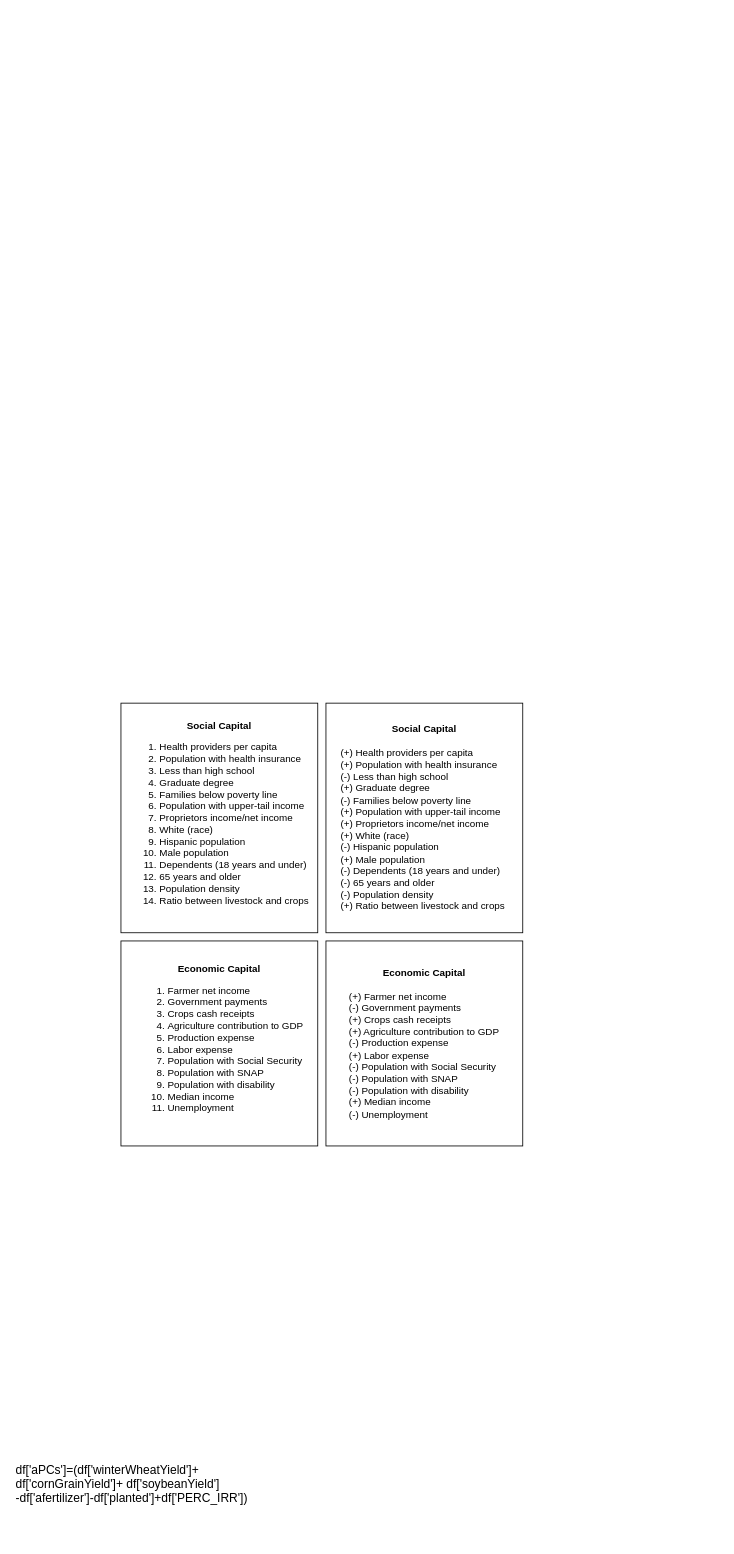
dealchre/gradDrawio keeps this draw.io diagram as FrameWork2023.drawio. Above is the earlier version. Source tidied: cells renumbered, new cells numbered last; positions are measured from the earlier drawing's top-left corner, leaving out a move shared by most shapes. Both pictures are drawn from the tidied source at 82%, with x=0, y=0 at pixel (14, 703).
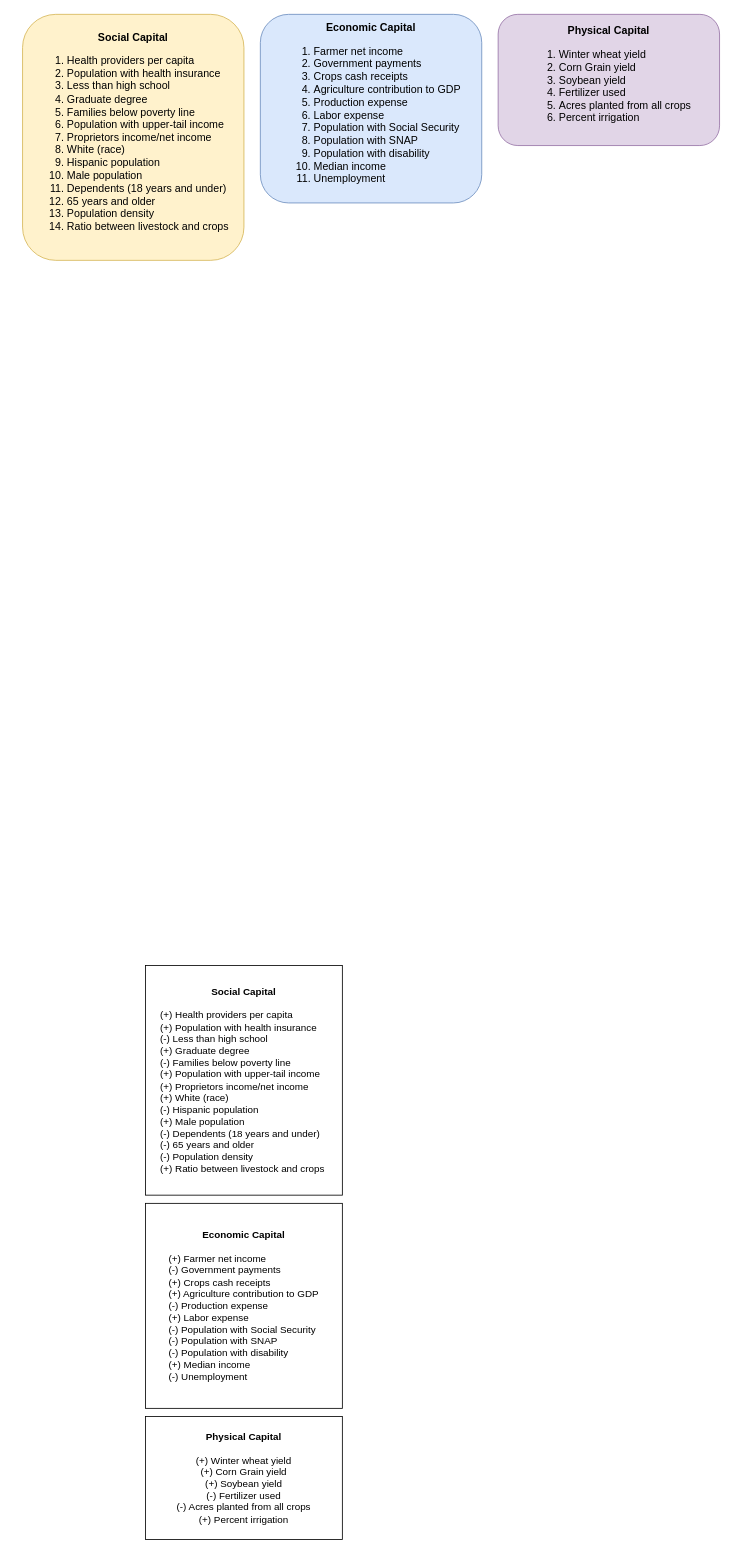
The same diagram, later.

What changed in the source:
```diff
@@
 <mxGraphModel>
   <root>
     <mxCell id="0" />
     <mxCell id="1" parent="0" />
-    <mxCell id="2" value="&lt;p style=&quot;margin:0in;font-family:Calibri;font-size:11.0pt&quot;&gt;&lt;/p&gt;&lt;p style=&quot;margin:0in;font-family:Calibri;font-size:11.0pt&quot;&gt;&lt;span style=&quot;font-size: 11pt; background-color: initial;&quot;&gt;df['aPCs']=(df['winterWheatYield']+&lt;/span&gt;&lt;br&gt;&lt;/p&gt;&lt;p style=&quot;margin:0in;font-family:Calibri;font-size:11.0pt&quot;&gt;df['cornGrainYield']+ df['soybeanYield']&lt;/p&gt;&lt;span style=&quot;font-family: Calibri; font-size: 11pt; background-color: initial;&quot;&gt;-&lt;/span&gt;&lt;span style=&quot;font-family: Calibri; font-size: 11pt; background-color: initial;&quot;&gt;df['afertilizer']-df['planted']+df['PERC_IRR'])&lt;/span&gt;" style="text;whiteSpace=wrap;html=1;" parent="1" vertex="1">
-      <mxGeometry y="920" width="580" height="60" as="geometry" />
-    </mxCell>
-    <mxCell id="3" value="&lt;b&gt;Social Capital&lt;br&gt;&lt;/b&gt;&lt;ol&gt;&lt;li style=&quot;text-align: left;&quot;&gt;Health providers per capita&lt;/li&gt;&lt;li style=&quot;text-align: left;&quot;&gt;Population with health insurance&lt;/li&gt;&lt;li style=&quot;text-align: left;&quot;&gt;Less than high school&lt;/li&gt;&lt;li style=&quot;text-align: left;&quot;&gt;Graduate degree&lt;/li&gt;&lt;li style=&quot;text-align: left;&quot;&gt;Families below poverty line&lt;/li&gt;&lt;li style=&quot;text-align: left;&quot;&gt;Population with upper-tail income&lt;/li&gt;&lt;li style=&quot;border-color: var(--border-color); text-align: left;&quot;&gt;Proprietors income/net income&amp;nbsp;&lt;/li&gt;&lt;li style=&quot;text-align: left;&quot;&gt;White (race)&lt;/li&gt;&lt;li style=&quot;text-align: left;&quot;&gt;Hispanic population&lt;/li&gt;&lt;li style=&quot;text-align: left;&quot;&gt;Male population&lt;/li&gt;&lt;li style=&quot;text-align: left;&quot;&gt;Dependents (18 years and under)&lt;/li&gt;&lt;li style=&quot;text-align: left;&quot;&gt;65 years and older&lt;/li&gt;&lt;li style=&quot;text-align: left;&quot;&gt;Population density&lt;/li&gt;&lt;li style=&quot;text-align: left;&quot;&gt;Ratio between livestock and crops&amp;nbsp;&lt;/li&gt;&lt;/ol&gt;" style="whiteSpace=wrap;html=1;" parent="1" vertex="1">
-      <mxGeometry x="130" width="240" height="280" as="geometry" />
+    <mxCell id="3" value="&lt;b style=&quot;font-size: 13px;&quot;&gt;Social Capital&lt;br style=&quot;font-size: 13px;&quot;&gt;&lt;/b&gt;&lt;ol style=&quot;font-size: 13px;&quot;&gt;&lt;li style=&quot;text-align: left; font-size: 13px;&quot;&gt;Health providers per capita&lt;/li&gt;&lt;li style=&quot;text-align: left; font-size: 13px;&quot;&gt;Population with health insurance&lt;/li&gt;&lt;li style=&quot;text-align: left; font-size: 13px;&quot;&gt;Less than high school&lt;/li&gt;&lt;li style=&quot;text-align: left; font-size: 13px;&quot;&gt;Graduate degree&lt;/li&gt;&lt;li style=&quot;text-align: left; font-size: 13px;&quot;&gt;Families below poverty line&lt;/li&gt;&lt;li style=&quot;text-align: left; font-size: 13px;&quot;&gt;Population with upper-tail income&lt;/li&gt;&lt;li style=&quot;border-color: var(--border-color); text-align: left; font-size: 13px;&quot;&gt;Proprietors income/net income&amp;nbsp;&lt;/li&gt;&lt;li style=&quot;text-align: left; font-size: 13px;&quot;&gt;White (race)&lt;/li&gt;&lt;li style=&quot;text-align: left; font-size: 13px;&quot;&gt;Hispanic population&lt;/li&gt;&lt;li style=&quot;text-align: left; font-size: 13px;&quot;&gt;Male population&lt;/li&gt;&lt;li style=&quot;text-align: left; font-size: 13px;&quot;&gt;Dependents (18 years and under)&lt;/li&gt;&lt;li style=&quot;text-align: left; font-size: 13px;&quot;&gt;65 years and older&lt;/li&gt;&lt;li style=&quot;text-align: left; font-size: 13px;&quot;&gt;Population density&lt;/li&gt;&lt;li style=&quot;text-align: left; font-size: 13px;&quot;&gt;Ratio between livestock and crops&amp;nbsp;&lt;/li&gt;&lt;/ol&gt;" style="whiteSpace=wrap;html=1;rounded=1;fillColor=#fff2cc;strokeColor=#d6b656;fontSize=13;verticalAlign=middle;" parent="1" vertex="1">
+      <mxGeometry x="10" y="-840" width="270" height="300" as="geometry" />
     </mxCell>
     <mxCell id="4" value="&lt;b&gt;Social Capital&lt;br&gt;&lt;br&gt;&lt;/b&gt;&lt;span style=&quot;background-color: initial;&quot;&gt;&lt;div style=&quot;text-align: left;&quot;&gt;&lt;span style=&quot;background-color: initial;&quot;&gt;(+) Health providers per capita&lt;/span&gt;&lt;/div&gt;&lt;/span&gt;&lt;span style=&quot;background-color: initial;&quot;&gt;&lt;div style=&quot;text-align: left;&quot;&gt;&lt;span style=&quot;background-color: initial;&quot;&gt;(+) Population with health insurance&lt;/span&gt;&lt;/div&gt;&lt;/span&gt;&lt;span style=&quot;background-color: initial;&quot;&gt;&lt;div style=&quot;text-align: left;&quot;&gt;&lt;span style=&quot;background-color: initial;&quot;&gt;(-) Less than high school&lt;/span&gt;&lt;/div&gt;&lt;/span&gt;&lt;span style=&quot;background-color: initial;&quot;&gt;&lt;div style=&quot;text-align: left;&quot;&gt;&lt;span style=&quot;background-color: initial;&quot;&gt;(+) Graduate degree&lt;/span&gt;&lt;/div&gt;&lt;/span&gt;&lt;span style=&quot;background-color: initial;&quot;&gt;&lt;div style=&quot;text-align: left;&quot;&gt;&lt;span style=&quot;background-color: initial;&quot;&gt;(-) Families below poverty line&lt;/span&gt;&lt;/div&gt;&lt;/span&gt;&lt;span style=&quot;background-color: initial;&quot;&gt;&lt;div style=&quot;text-align: left;&quot;&gt;&lt;span style=&quot;background-color: initial;&quot;&gt;(+) Population with upper-tail income&lt;/span&gt;&lt;/div&gt;&lt;div style=&quot;text-align: left;&quot;&gt;(+) Proprietors income/net income&lt;span style=&quot;background-color: initial;&quot;&gt;&lt;br&gt;&lt;/span&gt;&lt;/div&gt;&lt;/span&gt;&lt;span style=&quot;background-color: initial;&quot;&gt;&lt;div style=&quot;text-align: left;&quot;&gt;&lt;span style=&quot;background-color: initial;&quot;&gt;(+) White (race)&lt;/span&gt;&lt;/div&gt;&lt;/span&gt;&lt;span style=&quot;background-color: initial;&quot;&gt;&lt;div style=&quot;text-align: left;&quot;&gt;&lt;span style=&quot;background-color: initial;&quot;&gt;(-) Hispanic population&lt;/span&gt;&lt;/div&gt;&lt;/span&gt;&lt;span style=&quot;background-color: initial;&quot;&gt;&lt;div style=&quot;text-align: left;&quot;&gt;&lt;span style=&quot;background-color: initial;&quot;&gt;(+) Male population&lt;/span&gt;&lt;/div&gt;&lt;/span&gt;&lt;span style=&quot;background-color: initial;&quot;&gt;&lt;div style=&quot;text-align: left;&quot;&gt;&lt;span style=&quot;background-color: initial;&quot;&gt;(-) Dependents (18 years and under)&lt;/span&gt;&lt;/div&gt;&lt;/span&gt;&lt;span style=&quot;background-color: initial;&quot;&gt;&lt;div style=&quot;text-align: left;&quot;&gt;&lt;span style=&quot;background-color: initial;&quot;&gt;(-) 65 years and older&lt;/span&gt;&lt;/div&gt;&lt;/span&gt;&lt;span style=&quot;background-color: initial;&quot;&gt;&lt;div style=&quot;text-align: left;&quot;&gt;&lt;span style=&quot;background-color: initial;&quot;&gt;(-) Population density&lt;/span&gt;&lt;/div&gt;&lt;/span&gt;&lt;span style=&quot;background-color: initial;&quot;&gt;&lt;div style=&quot;text-align: left;&quot;&gt;&lt;span style=&quot;background-color: initial;&quot;&gt;(+) Ratio between livestock and crops&amp;nbsp;&lt;/span&gt;&lt;/div&gt;&lt;/span&gt;" style="whiteSpace=wrap;html=1;" parent="1" vertex="1">
-      <mxGeometry x="380" width="240" height="280" as="geometry" />
+      <mxGeometry x="160" y="320" width="240" height="280" as="geometry" />
     </mxCell>
-    <mxCell id="5" value="&lt;b&gt;Economic Capital&lt;/b&gt;&lt;br&gt;&lt;ol&gt;&lt;li style=&quot;text-align: left;&quot;&gt;Farmer net income&lt;/li&gt;&lt;li style=&quot;text-align: left;&quot;&gt;&lt;span style=&quot;background-color: initial;&quot;&gt;Government payments&lt;/span&gt;&lt;/li&gt;&lt;li style=&quot;text-align: left;&quot;&gt;&lt;span style=&quot;background-color: initial;&quot;&gt;Crops cash receipts&lt;/span&gt;&lt;/li&gt;&lt;li style=&quot;text-align: left;&quot;&gt;&lt;span style=&quot;background-color: initial;&quot;&gt;Agriculture contribution to GDP&lt;/span&gt;&lt;/li&gt;&lt;li style=&quot;text-align: left;&quot;&gt;&lt;span style=&quot;background-color: initial;&quot;&gt;Production expense&lt;/span&gt;&lt;/li&gt;&lt;li style=&quot;text-align: left;&quot;&gt;&lt;span style=&quot;background-color: initial;&quot;&gt;Labor expense&lt;/span&gt;&lt;/li&gt;&lt;li style=&quot;text-align: left;&quot;&gt;&lt;span style=&quot;background-color: initial;&quot;&gt;Population with Social Security&lt;/span&gt;&lt;/li&gt;&lt;li style=&quot;text-align: left;&quot;&gt;&lt;span style=&quot;background-color: initial;&quot;&gt;Population with SNAP&lt;/span&gt;&lt;/li&gt;&lt;li style=&quot;text-align: left;&quot;&gt;&lt;span style=&quot;background-color: initial;&quot;&gt;Population with disability&lt;/span&gt;&lt;/li&gt;&lt;li style=&quot;text-align: left;&quot;&gt;&lt;span style=&quot;background-color: initial;&quot;&gt;Median income&lt;/span&gt;&lt;br&gt;&lt;/li&gt;&lt;li style=&quot;text-align: left;&quot;&gt;Unemployment&lt;/li&gt;&lt;/ol&gt;" style="whiteSpace=wrap;html=1;" parent="1" vertex="1">
-      <mxGeometry x="130" y="290" width="240" height="250" as="geometry" />
+    <mxCell id="5" value="&lt;b style=&quot;font-size: 13px;&quot;&gt;Economic Capital&lt;/b&gt;&lt;br style=&quot;font-size: 13px;&quot;&gt;&lt;ol style=&quot;font-size: 13px;&quot;&gt;&lt;li style=&quot;text-align: left; font-size: 13px;&quot;&gt;Farmer net income&lt;/li&gt;&lt;li style=&quot;text-align: left; font-size: 13px;&quot;&gt;&lt;span style=&quot;background-color: initial; font-size: 13px;&quot;&gt;Government payments&lt;/span&gt;&lt;/li&gt;&lt;li style=&quot;text-align: left; font-size: 13px;&quot;&gt;&lt;span style=&quot;background-color: initial; font-size: 13px;&quot;&gt;Crops cash receipts&lt;/span&gt;&lt;/li&gt;&lt;li style=&quot;text-align: left; font-size: 13px;&quot;&gt;&lt;span style=&quot;background-color: initial; font-size: 13px;&quot;&gt;Agriculture contribution to GDP&lt;/span&gt;&lt;/li&gt;&lt;li style=&quot;text-align: left; font-size: 13px;&quot;&gt;&lt;span style=&quot;background-color: initial; font-size: 13px;&quot;&gt;Production expense&lt;/span&gt;&lt;/li&gt;&lt;li style=&quot;text-align: left; font-size: 13px;&quot;&gt;&lt;span style=&quot;background-color: initial; font-size: 13px;&quot;&gt;Labor expense&lt;/span&gt;&lt;/li&gt;&lt;li style=&quot;text-align: left; font-size: 13px;&quot;&gt;&lt;span style=&quot;background-color: initial; font-size: 13px;&quot;&gt;Population with Social Security&lt;/span&gt;&lt;/li&gt;&lt;li style=&quot;text-align: left; font-size: 13px;&quot;&gt;&lt;span style=&quot;background-color: initial; font-size: 13px;&quot;&gt;Population with SNAP&lt;/span&gt;&lt;/li&gt;&lt;li style=&quot;text-align: left; font-size: 13px;&quot;&gt;&lt;span style=&quot;background-color: initial; font-size: 13px;&quot;&gt;Population with disability&lt;/span&gt;&lt;/li&gt;&lt;li style=&quot;text-align: left; font-size: 13px;&quot;&gt;&lt;span style=&quot;background-color: initial; font-size: 13px;&quot;&gt;Median income&lt;/span&gt;&lt;br style=&quot;font-size: 13px;&quot;&gt;&lt;/li&gt;&lt;li style=&quot;text-align: left; font-size: 13px;&quot;&gt;Unemployment&lt;/li&gt;&lt;/ol&gt;" style="whiteSpace=wrap;html=1;rounded=1;fillColor=#dae8fc;strokeColor=#6c8ebf;fontSize=13;verticalAlign=middle;" parent="1" vertex="1">
+      <mxGeometry x="300" y="-840" width="270" height="230" as="geometry" />
     </mxCell>
     <mxCell id="6" value="&lt;b&gt;Economic Capital&lt;/b&gt;&lt;br&gt;&lt;div style=&quot;text-align: left;&quot;&gt;&lt;span style=&quot;background-color: initial;&quot;&gt;&lt;br&gt;&lt;/span&gt;&lt;/div&gt;&lt;div style=&quot;text-align: left;&quot;&gt;&lt;span style=&quot;background-color: initial;&quot;&gt;(+) Farmer net income&lt;/span&gt;&lt;/div&gt;&lt;span style=&quot;background-color: initial;&quot;&gt;&lt;div style=&quot;text-align: left;&quot;&gt;&lt;span style=&quot;background-color: initial;&quot;&gt;(-) Government payments&lt;/span&gt;&lt;/div&gt;&lt;/span&gt;&lt;span style=&quot;background-color: initial;&quot;&gt;&lt;div style=&quot;text-align: left;&quot;&gt;&lt;span style=&quot;background-color: initial;&quot;&gt;(+) Crops cash receipts&lt;/span&gt;&lt;/div&gt;&lt;/span&gt;&lt;span style=&quot;background-color: initial;&quot;&gt;&lt;div style=&quot;text-align: left;&quot;&gt;&lt;span style=&quot;background-color: initial;&quot;&gt;(+) Agriculture contribution to GDP&lt;/span&gt;&lt;/div&gt;&lt;/span&gt;&lt;span style=&quot;background-color: initial;&quot;&gt;&lt;div style=&quot;text-align: left;&quot;&gt;&lt;span style=&quot;background-color: initial;&quot;&gt;(-) Production expense&lt;/span&gt;&lt;/div&gt;&lt;/span&gt;&lt;span style=&quot;background-color: initial;&quot;&gt;&lt;div style=&quot;text-align: left;&quot;&gt;&lt;span style=&quot;background-color: initial;&quot;&gt;(+) Labor expense&lt;/span&gt;&lt;/div&gt;&lt;/span&gt;&lt;span style=&quot;background-color: initial;&quot;&gt;&lt;div style=&quot;text-align: left;&quot;&gt;&lt;span style=&quot;background-color: initial;&quot;&gt;(-) Population with Social Security&lt;/span&gt;&lt;/div&gt;&lt;/span&gt;&lt;span style=&quot;background-color: initial;&quot;&gt;&lt;div style=&quot;text-align: left;&quot;&gt;&lt;span style=&quot;background-color: initial;&quot;&gt;(-) Population with SNAP&lt;/span&gt;&lt;/div&gt;&lt;/span&gt;&lt;span style=&quot;background-color: initial;&quot;&gt;&lt;div style=&quot;text-align: left;&quot;&gt;&lt;span style=&quot;background-color: initial;&quot;&gt;(-) Population with disability&lt;/span&gt;&lt;/div&gt;&lt;/span&gt;&lt;span style=&quot;background-color: initial;&quot;&gt;&lt;div style=&quot;text-align: left;&quot;&gt;&lt;span style=&quot;background-color: initial;&quot;&gt;(+) Median income&lt;/span&gt;&lt;/div&gt;&lt;/span&gt;&lt;span style=&quot;background-color: initial;&quot;&gt;&lt;div style=&quot;text-align: left;&quot;&gt;&lt;span style=&quot;background-color: initial;&quot;&gt;(-) Unemployment&lt;/span&gt;&lt;/div&gt;&lt;/span&gt;" style="whiteSpace=wrap;html=1;" parent="1" vertex="1">
-      <mxGeometry x="380" y="290" width="240" height="250" as="geometry" />
+      <mxGeometry x="160" y="610" width="240" height="250" as="geometry" />
     </mxCell>
+    <mxCell id="7" value="&lt;b style=&quot;font-size: 13px;&quot;&gt;Physical Capital&lt;/b&gt;&lt;br style=&quot;font-size: 13px;&quot;&gt;&lt;ol style=&quot;font-size: 13px;&quot;&gt;&lt;li style=&quot;text-align: left; font-size: 13px;&quot;&gt;Winter wheat yield&lt;/li&gt;&lt;li style=&quot;text-align: left; font-size: 13px;&quot;&gt;Corn Grain yield&lt;/li&gt;&lt;li style=&quot;text-align: left; font-size: 13px;&quot;&gt;Soybean yield&lt;/li&gt;&lt;li style=&quot;text-align: left; font-size: 13px;&quot;&gt;Fertilizer used&lt;/li&gt;&lt;li style=&quot;text-align: left; font-size: 13px;&quot;&gt;Acres planted from all crops&lt;/li&gt;&lt;li style=&quot;text-align: left; font-size: 13px;&quot;&gt;Percent irrigation&lt;/li&gt;&lt;/ol&gt;" style="whiteSpace=wrap;html=1;rounded=1;fillColor=#e1d5e7;strokeColor=#9673a6;fontSize=13;verticalAlign=middle;" parent="1" vertex="1">
+      <mxGeometry x="590" y="-840" width="270" height="160" as="geometry" />
+    </mxCell>
+    <mxCell id="8" value="&lt;b&gt;Physical Capital&lt;br&gt;&lt;/b&gt;&lt;br&gt;&lt;span style=&quot;text-align: left; background-color: initial;&quot;&gt;(+) Winter wheat yield&lt;/span&gt;&lt;br&gt;&lt;span style=&quot;text-align: left; background-color: initial;&quot;&gt;(+) Corn Grain yield&lt;/span&gt;&lt;br&gt;&lt;span style=&quot;text-align: left; background-color: initial;&quot;&gt;(+) Soybean yield&lt;/span&gt;&lt;br&gt;&lt;span style=&quot;text-align: left; background-color: initial;&quot;&gt;(-) Fertilizer used&lt;/span&gt;&lt;br&gt;&lt;span style=&quot;text-align: left; background-color: initial;&quot;&gt;(-) Acres planted from all crops&lt;/span&gt;&lt;br&gt;&lt;span style=&quot;text-align: left; background-color: initial;&quot;&gt;(+) Percent irrigation&lt;/span&gt;" style="whiteSpace=wrap;html=1;" parent="1" vertex="1">
+      <mxGeometry x="160" y="870" width="240" height="150" as="geometry" />
+    </mxCell>
   </root>
 </mxGraphModel>
```
